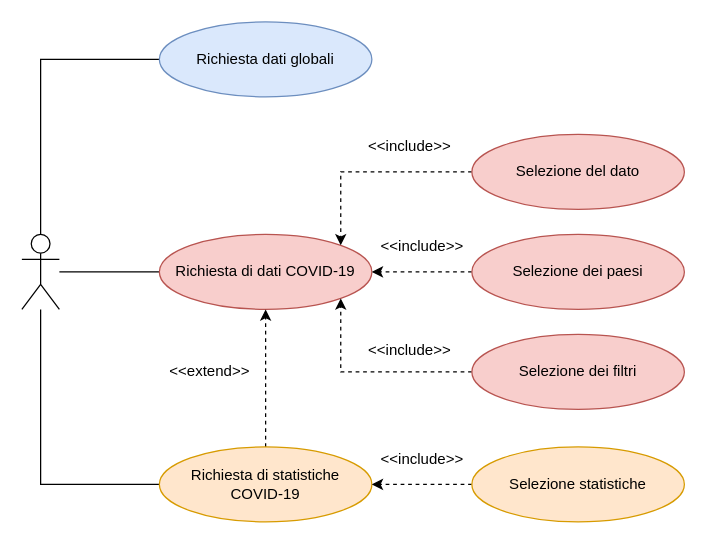
Above: Diagramma_casi_uso.drawio in alesimattia/Prog_oggetti_Univpm (draw.io), before the change. Source tidied: cells renumbered, new cells numbered last; positions are measured from the earlier drawing's top-left corner, leaving out a move shared by most shapes. Both pictures are drawn from the tidied source at 125%, with x=0, y=0 at pixel (21, 21).
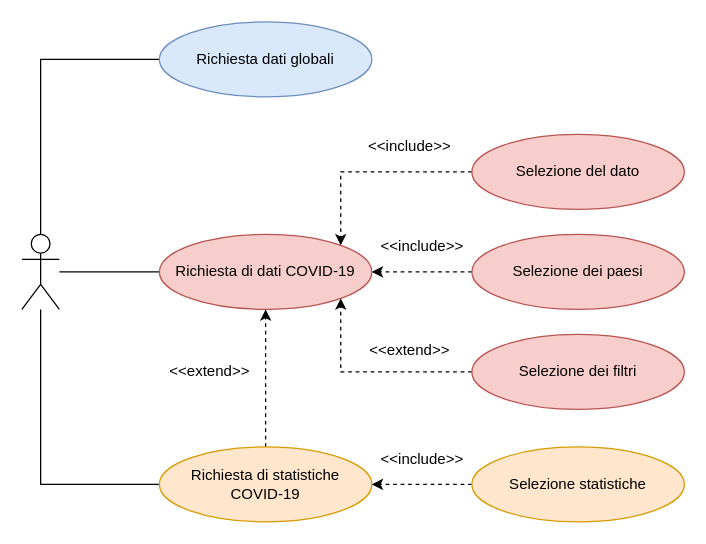
The same diagram, later.

Diff of the diagram source:
```diff
@@
-    <mxCell id="19" value="&amp;lt;&amp;lt;include&amp;gt;&amp;gt;" style="text;html=1;align=center;verticalAlign=middle;fontColor=#000000;" parent="1" vertex="1">
+    <mxCell id="19" value="&amp;lt;&amp;lt;extend&amp;gt;&amp;gt;" style="text;html=1;align=center;verticalAlign=middle;fontColor=#000000;" parent="1" vertex="1">
       <mxGeometry x="270" y="253" width="80" height="20" as="geometry" />
     </mxCell>
```
